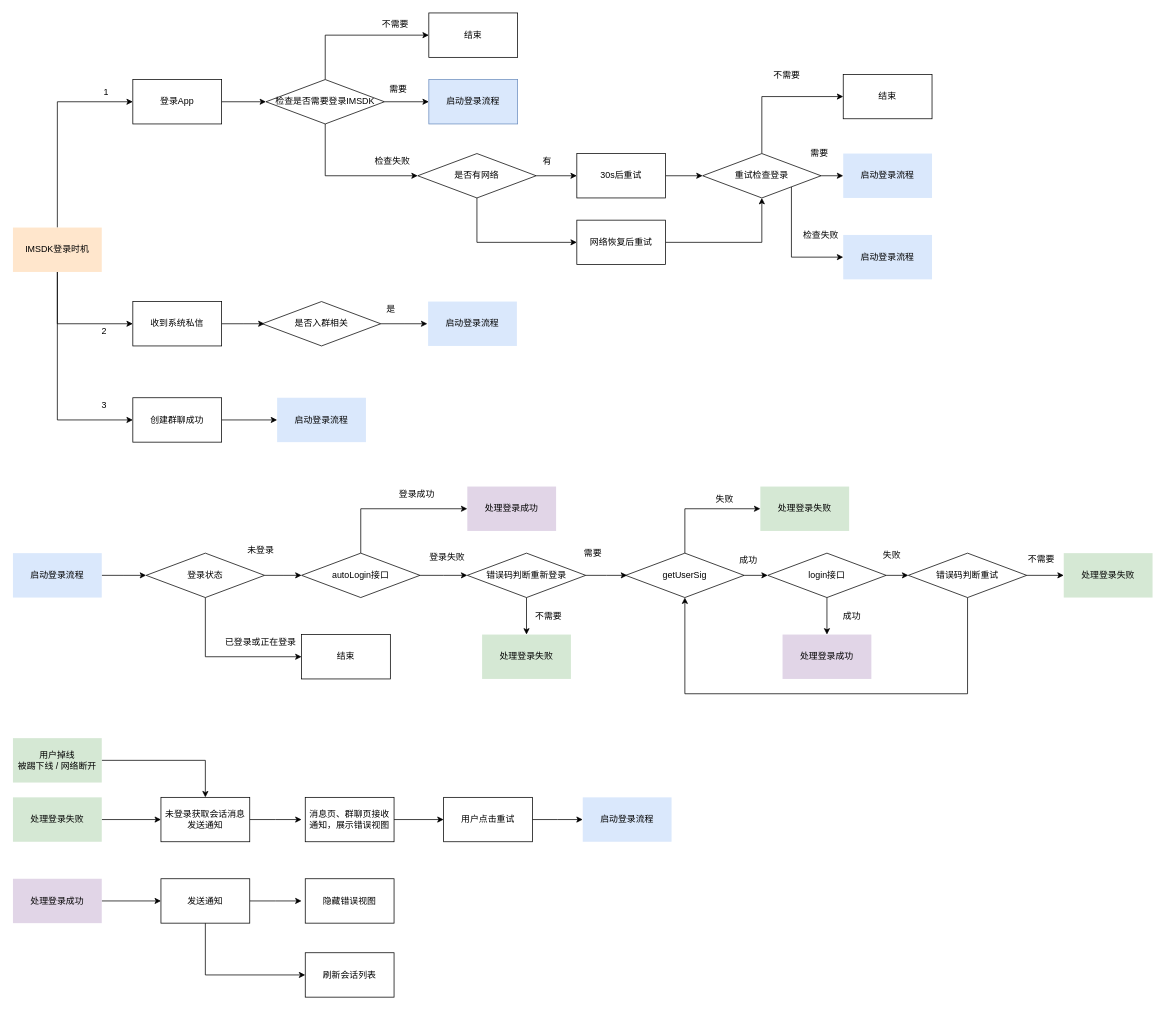
The draw.io diagram imsdk.drawio in BigFaceXML/BigFaceXML.github.io, before the edit. Source tidied: cells renumbered, new cells numbered last; positions are measured from the earlier drawing's top-left corner, leaving out a move shared by most shapes. Both pictures are drawn from the tidied source at 74%, with x=0, y=0 at pixel (13, 13).
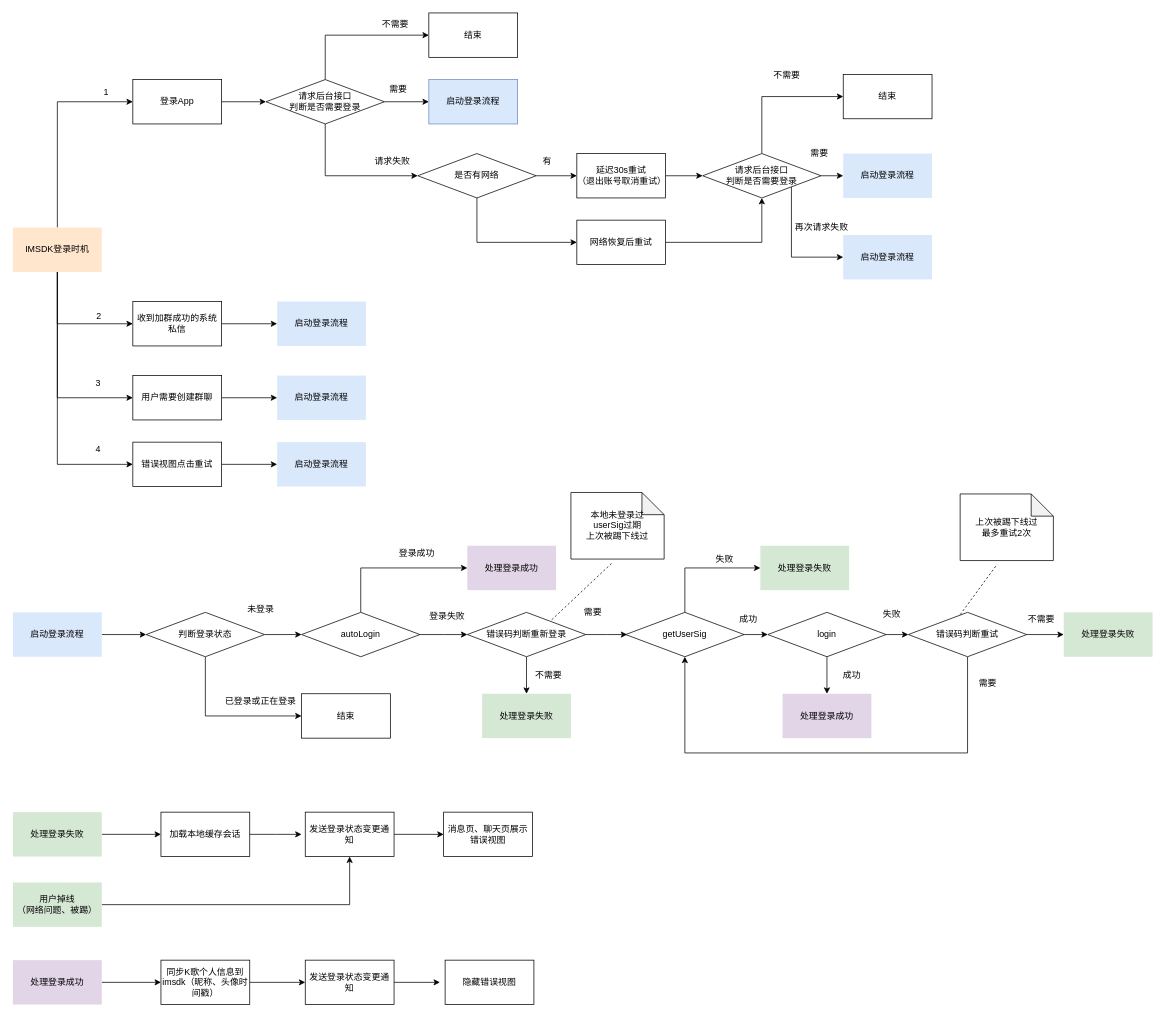
After the change.

The change refers to these unchanged cells:
```xml
<mxCell id="86" value="IMSDK登录时机" style="rounded=0;whiteSpace=wrap;html=1;strokeColor=none;fillColor=#ffe6cc;" parent="1" vertex="1">
  <mxGeometry y="290" width="120" height="60" as="geometry" />
</mxCell>
```

What changed in the source:
```diff
@@
-    <mxCell id="7" value="检查是否需要登录IMSDK" style="rhombus;whiteSpace=wrap;html=1;" parent="1" vertex="1">
+    <mxCell id="7" value="请求后台接口&lt;br&gt;判断是否需要登录" style="rhombus;whiteSpace=wrap;html=1;" parent="1" vertex="1">
       <mxGeometry x="342" y="90" width="160" height="60" as="geometry" />
     </mxCell>
@@
-    <mxCell id="9" value="检查失败" style="text;html=1;align=left;verticalAlign=top;spacingTop=-4;" parent="1" vertex="1">
+    <mxCell id="9" value="请求失败" style="text;html=1;align=left;verticalAlign=top;spacingTop=-4;" parent="1" vertex="1">
       <mxGeometry x="487" y="190" width="60" height="20" as="geometry" />
     </mxCell>
@@
-    <mxCell id="17" value="30s后重试" style="rounded=0;whiteSpace=wrap;html=1;" parent="1" vertex="1">
+    <mxCell id="17" value="延迟30s重试&lt;br&gt;（退出账号取消重试）" style="rounded=0;whiteSpace=wrap;html=1;" parent="1" vertex="1">
       <mxGeometry x="762" y="190" width="120" height="60" as="geometry" />
     </mxCell>
@@
-    <mxCell id="24" value="重试检查登录" style="rhombus;whiteSpace=wrap;html=1;" parent="1" vertex="1">
+    <mxCell id="24" value="请求后台接口&lt;br&gt;判断是否需要登录" style="rhombus;whiteSpace=wrap;html=1;" parent="1" vertex="1">
       <mxGeometry x="932" y="190" width="160" height="60" as="geometry" />
     </mxCell>
@@
-    <mxCell id="30" value="检查失败" style="text;html=1;align=left;verticalAlign=top;spacingTop=-4;" parent="1" vertex="1">
-      <mxGeometry x="1066" y="290" width="60" height="20" as="geometry" />
+    <mxCell id="30" value="再次请求失败" style="text;html=1;align=left;verticalAlign=top;spacingTop=-4;" parent="1" vertex="1">
+      <mxGeometry x="1055" y="280" width="90" height="20" as="geometry" />
     </mxCell>
     <mxCell id="31" style="edgeStyle=orthogonalEdgeStyle;rounded=0;jettySize=auto;html=1;exitX=1;exitY=0.5;exitDx=0;exitDy=0;entryX=0;entryY=0.5;entryDx=0;entryDy=0;" parent="1" edge="1" source="32">
       <mxGeometry relative="1" as="geometry">
-        <mxPoint x="180" y="760" as="targetPoint" />
+        <mxPoint x="180" y="840" as="targetPoint" />
       </mxGeometry>
     </mxCell>
     <mxCell id="32" value="启动登录流程" style="rounded=0;whiteSpace=wrap;html=1;strokeColor=none;fillColor=#dae8fc;" parent="1" vertex="1">
-      <mxGeometry y="730" width="120" height="60" as="geometry" />
+      <mxGeometry y="810" width="120" height="60" as="geometry" />
     </mxCell>
@@
     <mxCell id="34" style="edgeStyle=orthogonalEdgeStyle;rounded=0;jettySize=auto;html=1;exitX=1;exitY=0.5;exitDx=0;exitDy=0;entryX=0;entryY=0.5;entryDx=0;entryDy=0;" parent="1" edge="1" source="35">
       <mxGeometry relative="1" as="geometry">
-        <mxPoint x="390" y="760" as="targetPoint" />
+        <mxPoint x="390" y="840" as="targetPoint" />
       </mxGeometry>
     </mxCell>
-    <mxCell id="35" value="登录状态" style="rhombus;whiteSpace=wrap;html=1;" parent="1" vertex="1">
-      <mxGeometry x="180" y="730" width="160" height="60" as="geometry" />
+    <mxCell id="35" value="判断登录状态" style="rhombus;whiteSpace=wrap;html=1;" parent="1" vertex="1">
+      <mxGeometry x="180" y="810" width="160" height="60" as="geometry" />
     </mxCell>
     <mxCell id="36" value="结束" style="rounded=0;whiteSpace=wrap;html=1;" parent="1" vertex="1">
-      <mxGeometry x="390" y="840" width="120" height="60" as="geometry" />
+      <mxGeometry x="390" y="920" width="120" height="60" as="geometry" />
     </mxCell>
@@
     <mxCell id="38" style="edgeStyle=orthogonalEdgeStyle;rounded=0;jettySize=auto;html=1;exitX=1;exitY=0.5;exitDx=0;exitDy=0;entryX=0;entryY=0.5;entryDx=0;entryDy=0;" parent="1" edge="1" source="39">
       <mxGeometry relative="1" as="geometry">
-        <mxPoint x="614" y="760" as="targetPoint" />
+        <mxPoint x="614" y="840" as="targetPoint" />
       </mxGeometry>
     </mxCell>
-    <mxCell id="39" value="autoLogin接口" style="rhombus;whiteSpace=wrap;html=1;" parent="1" vertex="1">
-      <mxGeometry x="390" y="730" width="160" height="60" as="geometry" />
+    <mxCell id="39" value="autoLogin" style="rhombus;whiteSpace=wrap;html=1;" parent="1" vertex="1">
+      <mxGeometry x="390" y="810" width="160" height="60" as="geometry" />
     </mxCell>
     <mxCell id="40" value="已登录或正在登录" style="text;html=1;align=left;verticalAlign=top;spacingTop=-4;" parent="1" vertex="1">
-      <mxGeometry x="285" y="840" width="110" height="20" as="geometry" />
+      <mxGeometry x="285" y="920" width="110" height="20" as="geometry" />
     </mxCell>
     <mxCell id="41" value="未登录" style="text;html=1;align=left;verticalAlign=top;spacingTop=-4;" parent="1" vertex="1">
-      <mxGeometry x="315" y="716" width="50" height="20" as="geometry" />
+      <mxGeometry x="315" y="796" width="50" height="20" as="geometry" />
     </mxCell>
     <mxCell id="42" value="处理登录成功" style="rounded=0;whiteSpace=wrap;html=1;strokeColor=none;fillColor=#e1d5e7;" parent="1" vertex="1">
-      <mxGeometry x="614" y="640" width="120" height="60" as="geometry" />
+      <mxGeometry x="614" y="720" width="120" height="60" as="geometry" />
     </mxCell>
     <mxCell id="43" value="登录成功" style="text;html=1;align=left;verticalAlign=top;spacingTop=-4;" parent="1" vertex="1">
-      <mxGeometry x="520" y="640" width="60" height="20" as="geometry" />
+      <mxGeometry x="520" y="720" width="60" height="20" as="geometry" />
     </mxCell>
     <mxCell id="44" style="edgeStyle=orthogonalEdgeStyle;rounded=0;jettySize=auto;html=1;exitX=1;exitY=0.5;exitDx=0;exitDy=0;" parent="1" edge="1" source="46">
       <mxGeometry relative="1" as="geometry">
-        <mxPoint x="830" y="760" as="targetPoint" />
+        <mxPoint x="830" y="840" as="targetPoint" />
       </mxGeometry>
     </mxCell>
@@
     <mxCell id="46" value="错误码判断重新登录" style="rhombus;whiteSpace=wrap;html=1;" parent="1" vertex="1">
-      <mxGeometry x="614" y="730" width="160" height="60" as="geometry" />
+      <mxGeometry x="614" y="810" width="160" height="60" as="geometry" />
     </mxCell>
     <mxCell id="47" value="登录失败" style="text;html=1;align=left;verticalAlign=top;spacingTop=-4;" parent="1" vertex="1">
-      <mxGeometry x="561" y="726" width="60" height="20" as="geometry" />
+      <mxGeometry x="561" y="806" width="60" height="20" as="geometry" />
     </mxCell>
     <mxCell id="48" value="处理登录失败" style="rounded=0;whiteSpace=wrap;html=1;fillColor=#d5e8d4;strokeColor=none;" parent="1" vertex="1">
-      <mxGeometry x="634" y="840" width="120" height="60" as="geometry" />
+      <mxGeometry x="634" y="920" width="120" height="60" as="geometry" />
     </mxCell>
     <mxCell id="49" value="需要" style="text;html=1;align=left;verticalAlign=top;spacingTop=-4;" parent="1" vertex="1">
-      <mxGeometry x="770" y="720" width="40" height="20" as="geometry" />
+      <mxGeometry x="770" y="800" width="40" height="20" as="geometry" />
     </mxCell>
     <mxCell id="50" value="不需要" style="text;html=1;align=left;verticalAlign=top;spacingTop=-4;" parent="1" vertex="1">
-      <mxGeometry x="704" y="805" width="50" height="20" as="geometry" />
+      <mxGeometry x="704" y="885" width="50" height="20" as="geometry" />
     </mxCell>
     <mxCell id="51" value="处理登录失败" style="rounded=0;whiteSpace=wrap;html=1;fillColor=#d5e8d4;strokeColor=none;" parent="1" vertex="1">
-      <mxGeometry x="1010" y="640" width="120" height="60" as="geometry" />
+      <mxGeometry x="1010" y="720" width="120" height="60" as="geometry" />
     </mxCell>
     <mxCell id="52" value="失败" style="text;html=1;align=left;verticalAlign=top;spacingTop=-4;" parent="1" vertex="1">
-      <mxGeometry x="948" y="648" width="40" height="20" as="geometry" />
+      <mxGeometry x="948" y="728" width="40" height="20" as="geometry" />
     </mxCell>
     <mxCell id="53" value="成功" style="text;html=1;align=left;verticalAlign=top;spacingTop=-4;" parent="1" vertex="1">
-      <mxGeometry x="980" y="730" width="40" height="20" as="geometry" />
+      <mxGeometry x="980" y="810" width="40" height="20" as="geometry" />
     </mxCell>
@@
     <mxCell id="56" value="getUserSig" style="rhombus;whiteSpace=wrap;html=1;" parent="1" vertex="1">
-      <mxGeometry x="828" y="730" width="160" height="60" as="geometry" />
+      <mxGeometry x="828" y="810" width="160" height="60" as="geometry" />
     </mxCell>
@@
-    <mxCell id="59" value="login接口" style="rhombus;whiteSpace=wrap;html=1;" parent="1" vertex="1">
-      <mxGeometry x="1020" y="730" width="160" height="60" as="geometry" />
+    <mxCell id="59" value="login" style="rhombus;whiteSpace=wrap;html=1;" parent="1" vertex="1">
+      <mxGeometry x="1020" y="810" width="160" height="60" as="geometry" />
     </mxCell>
     <mxCell id="60" value="处理登录成功" style="rounded=0;whiteSpace=wrap;html=1;fillColor=#e1d5e7;strokeColor=none;" parent="1" vertex="1">
-      <mxGeometry x="1040" y="840" width="120" height="60" as="geometry" />
+      <mxGeometry x="1040" y="920" width="120" height="60" as="geometry" />
     </mxCell>
     <mxCell id="61" value="成功" style="text;html=1;align=left;verticalAlign=top;spacingTop=-4;" parent="1" vertex="1">
-      <mxGeometry x="1120" y="805" width="40" height="20" as="geometry" />
+      <mxGeometry x="1120" y="885" width="40" height="20" as="geometry" />
     </mxCell>
@@
     <mxCell id="63" style="edgeStyle=orthogonalEdgeStyle;rounded=0;jettySize=auto;html=1;exitX=0.5;exitY=1;exitDx=0;exitDy=0;entryX=0.5;entryY=1;entryDx=0;entryDy=0;" parent="1" edge="1" source="64" target="56">
       <mxGeometry relative="1" as="geometry">
         <Array as="points">
-          <mxPoint x="1290" y="920" />
-          <mxPoint x="908" y="920" />
+          <mxPoint x="1290" y="1000" />
+          <mxPoint x="908" y="1000" />
         </Array>
       </mxGeometry>
     </mxCell>
     <mxCell id="64" value="错误码判断重试" style="rhombus;whiteSpace=wrap;html=1;" parent="1" vertex="1">
-      <mxGeometry x="1210" y="730" width="160" height="60" as="geometry" />
+      <mxGeometry x="1210" y="810" width="160" height="60" as="geometry" />
     </mxCell>
     <mxCell id="65" value="失败" style="text;html=1;align=left;verticalAlign=top;spacingTop=-4;" parent="1" vertex="1">
-      <mxGeometry x="1174" y="723" width="40" height="20" as="geometry" />
+      <mxGeometry x="1174" y="803" width="40" height="20" as="geometry" />
     </mxCell>
     <mxCell id="66" value="处理登录失败" style="rounded=0;whiteSpace=wrap;html=1;fillColor=#d5e8d4;strokeColor=none;" parent="1" vertex="1">
-      <mxGeometry x="1420" y="730" width="120" height="60" as="geometry" />
+      <mxGeometry x="1420" y="810" width="120" height="60" as="geometry" />
     </mxCell>
     <mxCell id="67" value="不需要" style="text;html=1;align=left;verticalAlign=top;spacingTop=-4;" parent="1" vertex="1">
-      <mxGeometry x="1370" y="729" width="50" height="20" as="geometry" />
+      <mxGeometry x="1370" y="809" width="50" height="20" as="geometry" />
     </mxCell>
@@
     <mxCell id="69" value="处理登录失败" style="rounded=0;whiteSpace=wrap;html=1;fillColor=#d5e8d4;strokeColor=none;" parent="1" vertex="1">
-      <mxGeometry y="1060" width="120" height="60" as="geometry" />
+      <mxGeometry y="1080" width="120" height="60" as="geometry" />
     </mxCell>
     <mxCell id="70" style="edgeStyle=orthogonalEdgeStyle;rounded=0;jettySize=auto;html=1;exitX=1;exitY=0.5;exitDx=0;exitDy=0;" parent="1" edge="1" source="71">
       <mxGeometry relative="1" as="geometry">
-        <mxPoint x="390" y="1090" as="targetPoint" />
+        <mxPoint x="390" y="1110" as="targetPoint" />
       </mxGeometry>
     </mxCell>
-    <mxCell id="71" value="未登录获取会话消息&lt;br&gt;发送通知" style="rounded=0;whiteSpace=wrap;html=1;" parent="1" vertex="1">
-      <mxGeometry x="200" y="1060" width="120" height="60" as="geometry" />
+    <mxCell id="71" value="加载本地缓存会话" style="rounded=0;whiteSpace=wrap;html=1;" parent="1" vertex="1">
+      <mxGeometry x="200" y="1080" width="120" height="60" as="geometry" />
     </mxCell>
@@
-    <mxCell id="73" value="消息页、群聊页接收通知，展示错误视图" style="rounded=0;whiteSpace=wrap;html=1;" parent="1" vertex="1">
-      <mxGeometry x="395" y="1060" width="120" height="60" as="geometry" />
+    <mxCell id="73" value="发送登录状态变更通知" style="rounded=0;whiteSpace=wrap;html=1;" parent="1" vertex="1">
+      <mxGeometry x="395" y="1080" width="120" height="60" as="geometry" />
     </mxCell>
-    <mxCell id="74" style="edgeStyle=orthogonalEdgeStyle;rounded=0;jettySize=auto;html=1;exitX=1;exitY=0.5;exitDx=0;exitDy=0;" parent="1" edge="1" source="75">
-      <mxGeometry relative="1" as="geometry">
-        <mxPoint x="770" y="1090" as="targetPoint" />
-      </mxGeometry>
-    </mxCell>
-    <mxCell id="75" value="用户点击重试" style="rounded=0;whiteSpace=wrap;html=1;" parent="1" vertex="1">
-      <mxGeometry x="582" y="1060" width="120" height="60" as="geometry" />
+    <mxCell id="75" value="消息页、聊天页展示错误视图" style="rounded=0;whiteSpace=wrap;html=1;" parent="1" vertex="1">
+      <mxGeometry x="582" y="1080" width="120" height="60" as="geometry" />
     </mxCell>
-    <mxCell id="76" value="启动登录流程" style="rounded=0;whiteSpace=wrap;html=1;strokeColor=none;fillColor=#dae8fc;" parent="1" vertex="1">
-      <mxGeometry x="770" y="1060" width="120" height="60" as="geometry" />
-    </mxCell>
-    <mxCell id="77" style="edgeStyle=orthogonalEdgeStyle;rounded=0;jettySize=auto;html=1;exitX=1;exitY=0.5;exitDx=0;exitDy=0;entryX=0;entryY=0.5;entryDx=0;entryDy=0;" parent="1" edge="1" source="78" target="81">
-      <mxGeometry relative="1" as="geometry" />
-    </mxCell>
+    <mxCell id="102" style="edgeStyle=orthogonalEdgeStyle;rounded=0;jettySize=auto;html=1;exitX=1;exitY=0.5;exitDx=0;exitDy=0;entryX=0;entryY=0.5;entryDx=0;entryDy=0;" parent="1" edge="1" source="78" target="101">
+      <mxGeometry relative="1" as="geometry" />
+    </mxCell>
     <mxCell id="78" value="处理登录成功" style="rounded=0;whiteSpace=wrap;html=1;fillColor=#e1d5e7;strokeColor=none;" parent="1" vertex="1">
-      <mxGeometry y="1170" width="120" height="60" as="geometry" />
+      <mxGeometry y="1280" width="120" height="60" as="geometry" />
     </mxCell>
     <mxCell id="79" style="edgeStyle=orthogonalEdgeStyle;rounded=0;jettySize=auto;html=1;exitX=1;exitY=0.5;exitDx=0;exitDy=0;" parent="1" edge="1" source="81">
       <mxGeometry relative="1" as="geometry">
-        <mxPoint x="390" y="1200" as="targetPoint" />
+        <mxPoint x="577" y="1310" as="targetPoint" />
       </mxGeometry>
     </mxCell>
-    <mxCell id="80" style="edgeStyle=orthogonalEdgeStyle;rounded=0;jettySize=auto;html=1;exitX=0.5;exitY=1;exitDx=0;exitDy=0;entryX=0;entryY=0.5;entryDx=0;entryDy=0;" parent="1" edge="1" source="81" target="101">
-      <mxGeometry relative="1" as="geometry" />
-    </mxCell>
-    <mxCell id="81" value="发送通知" style="rounded=0;whiteSpace=wrap;html=1;" parent="1" vertex="1">
-      <mxGeometry x="200" y="1170" width="120" height="60" as="geometry" />
+    <mxCell id="81" value="发送登录状态变更通知" style="rounded=0;whiteSpace=wrap;html=1;" parent="1" vertex="1">
+      <mxGeometry x="395" y="1280" width="120" height="60" as="geometry" />
     </mxCell>
     <mxCell id="82" value="隐藏错误视图" style="rounded=0;whiteSpace=wrap;html=1;" parent="1" vertex="1">
-      <mxGeometry x="395" y="1170" width="120" height="60" as="geometry" />
+      <mxGeometry x="584" y="1280" width="120" height="60" as="geometry" />
     </mxCell>
@@
+    <mxCell id="103" style="edgeStyle=orthogonalEdgeStyle;rounded=0;jettySize=auto;html=1;exitX=0.5;exitY=1;exitDx=0;exitDy=0;entryX=0;entryY=0.5;entryDx=0;entryDy=0;" parent="1" edge="1" source="86" target="108">
+      <mxGeometry relative="1" as="geometry" />
+    </mxCell>
@@
-    <mxCell id="88" style="edgeStyle=orthogonalEdgeStyle;rounded=0;jettySize=auto;html=1;exitX=1;exitY=0.5;exitDx=0;exitDy=0;" parent="1" edge="1" source="89">
-      <mxGeometry relative="1" as="geometry">
-        <mxPoint x="340" y="420" as="targetPoint" />
-      </mxGeometry>
+    <mxCell id="88" style="edgeStyle=orthogonalEdgeStyle;rounded=0;jettySize=auto;html=1;exitX=1;exitY=0.5;exitDx=0;exitDy=0;entryX=0;entryY=0.5;entryDx=0;entryDy=0;" parent="1" edge="1" source="89" target="93">
+      <mxGeometry relative="1" as="geometry" />
     </mxCell>
-    <mxCell id="89" value="收到系统私信" style="rounded=0;whiteSpace=wrap;html=1;" parent="1" vertex="1">
+    <mxCell id="89" value="收到加群成功的系统私信" style="rounded=0;whiteSpace=wrap;html=1;" parent="1" vertex="1">
       <mxGeometry x="162" y="390" width="120" height="60" as="geometry" />
     </mxCell>
     <mxCell id="90" value="2" style="text;html=1;align=left;verticalAlign=top;spacingTop=-4;" parent="1" vertex="1">
-      <mxGeometry x="118" y="420" width="20" height="20" as="geometry" />
+      <mxGeometry x="111" y="400" width="20" height="20" as="geometry" />
     </mxCell>
-    <mxCell id="91" style="edgeStyle=orthogonalEdgeStyle;rounded=0;jettySize=auto;html=1;exitX=1;exitY=0.5;exitDx=0;exitDy=0;" parent="1" edge="1" source="92">
-      <mxGeometry relative="1" as="geometry">
-        <mxPoint x="560" y="420" as="targetPoint" />
-      </mxGeometry>
-    </mxCell>
-    <mxCell id="92" value="是否入群相关" style="rhombus;whiteSpace=wrap;html=1;" parent="1" vertex="1">
-      <mxGeometry x="337" y="390" width="160" height="60" as="geometry" />
-    </mxCell>
     <mxCell id="93" value="启动登录流程" style="rounded=0;whiteSpace=wrap;html=1;strokeColor=none;fillColor=#dae8fc;" parent="1" vertex="1">
-      <mxGeometry x="561" y="390" width="120" height="60" as="geometry" />
+      <mxGeometry x="357" y="390" width="120" height="60" as="geometry" />
     </mxCell>
-    <mxCell id="94" value="是" style="text;html=1;align=left;verticalAlign=top;spacingTop=-4;" parent="1" vertex="1">
-      <mxGeometry x="503" y="390" width="30" height="20" as="geometry" />
-    </mxCell>
@@
-    <mxCell id="96" value="创建群聊成功" style="rounded=0;whiteSpace=wrap;html=1;" parent="1" vertex="1">
-      <mxGeometry x="162" y="520" width="120" height="60" as="geometry" />
+    <mxCell id="96" value="用户需要创建群聊" style="rounded=0;whiteSpace=wrap;html=1;" parent="1" vertex="1">
+      <mxGeometry x="162" y="490" width="120" height="60" as="geometry" />
     </mxCell>
     <mxCell id="97" value="3" style="text;html=1;align=left;verticalAlign=top;spacingTop=-4;" parent="1" vertex="1">
-      <mxGeometry x="118" y="520" width="20" height="20" as="geometry" />
+      <mxGeometry x="110" y="490" width="20" height="20" as="geometry" />
     </mxCell>
     <mxCell id="98" value="启动登录流程" style="rounded=0;whiteSpace=wrap;html=1;strokeColor=none;fillColor=#dae8fc;" parent="1" vertex="1">
-      <mxGeometry x="357" y="520" width="120" height="60" as="geometry" />
+      <mxGeometry x="357" y="490" width="120" height="60" as="geometry" />
     </mxCell>
-    <mxCell id="99" style="edgeStyle=orthogonalEdgeStyle;rounded=0;jettySize=auto;html=1;exitX=1;exitY=0.5;exitDx=0;exitDy=0;entryX=0.5;entryY=0;entryDx=0;entryDy=0;" parent="1" edge="1" source="100" target="71">
-      <mxGeometry relative="1" as="geometry" />
-    </mxCell>
+    <mxCell id="104" style="edgeStyle=orthogonalEdgeStyle;rounded=0;jettySize=auto;html=1;exitX=1;exitY=0.5;exitDx=0;exitDy=0;entryX=0.5;entryY=1;entryDx=0;entryDy=0;" parent="1" edge="1" source="100" target="73">
+      <mxGeometry relative="1" as="geometry" />
+    </mxCell>
-    <mxCell id="100" value="用户掉线&lt;br&gt;被踢下线 / 网络断开" style="rounded=0;whiteSpace=wrap;html=1;fillColor=#d5e8d4;strokeColor=none;" parent="1" vertex="1">
-      <mxGeometry y="980" width="120" height="60" as="geometry" />
+    <mxCell id="100" value="用户掉线&lt;br&gt;（网络问题、被踢）" style="rounded=0;whiteSpace=wrap;html=1;fillColor=#d5e8d4;strokeColor=none;" parent="1" vertex="1">
+      <mxGeometry y="1175" width="120" height="60" as="geometry" />
     </mxCell>
+    <mxCell id="105" style="edgeStyle=orthogonalEdgeStyle;rounded=0;jettySize=auto;html=1;exitX=1;exitY=0.5;exitDx=0;exitDy=0;entryX=0;entryY=0.5;entryDx=0;entryDy=0;" parent="1" edge="1" source="101" target="81">
+      <mxGeometry relative="1" as="geometry" />
+    </mxCell>
-    <mxCell id="101" value="刷新会话列表" style="rounded=0;whiteSpace=wrap;html=1;" parent="1" vertex="1">
-      <mxGeometry x="395" y="1270" width="120" height="60" as="geometry" />
+    <mxCell id="101" value="同步K歌个人信息到imsdk（昵称、头像时间戳）" style="rounded=0;whiteSpace=wrap;html=1;" parent="1" vertex="1">
+      <mxGeometry x="200" y="1280" width="120" height="60" as="geometry" />
     </mxCell>
+    <mxCell id="106" value="需要" style="text;html=1;align=center;verticalAlign=middle;" parent="1" vertex="1">
+      <mxGeometry x="1297" y="896" width="40" height="20" as="geometry" />
+    </mxCell>
+    <mxCell id="107" style="edgeStyle=orthogonalEdgeStyle;rounded=0;jettySize=auto;html=1;exitX=1;exitY=0.5;exitDx=0;exitDy=0;entryX=0;entryY=0.5;entryDx=0;entryDy=0;" parent="1" edge="1" source="108" target="76">
+      <mxGeometry relative="1" as="geometry" />
+    </mxCell>
+    <mxCell id="108" value="错误视图点击重试" style="rounded=0;whiteSpace=wrap;html=1;" parent="1" vertex="1">
+      <mxGeometry x="162" y="580" width="120" height="60" as="geometry" />
+    </mxCell>
+    <mxCell id="76" value="启动登录流程" style="rounded=0;whiteSpace=wrap;html=1;strokeColor=none;fillColor=#dae8fc;" parent="1" vertex="1">
+      <mxGeometry x="357" y="580" width="120" height="60" as="geometry" />
+    </mxCell>
+    <mxCell id="109" value="4" style="text;html=1;align=left;verticalAlign=top;spacingTop=-4;" parent="1" vertex="1">
+      <mxGeometry x="110" y="580" width="20" height="20" as="geometry" />
+    </mxCell>
+    <mxCell id="110" value="本地未登录过&lt;br&gt;userSig过期&lt;br&gt;上次被踢下线过" style="shape=note;whiteSpace=wrap;html=1;backgroundOutline=1;darkOpacity=0.05;" parent="1" vertex="1">
+      <mxGeometry x="754" y="648" width="126" height="90" as="geometry" />
+    </mxCell>
+    <mxCell id="111" style="endArrow=none;dashed=1;html=1;entryX=0.452;entryY=1.044;entryDx=0;entryDy=0;entryPerimeter=0;exitX=0.713;exitY=0.167;exitDx=0;exitDy=0;exitPerimeter=0;" parent="1" edge="1" source="46" target="110">
+      <mxGeometry relative="1" as="geometry" />
+    </mxCell>
+    <mxCell id="112" value="上次被踢下线过&lt;br&gt;最多重试2次" style="shape=note;whiteSpace=wrap;html=1;backgroundOutline=1;darkOpacity=0.05;" parent="1" vertex="1">
+      <mxGeometry x="1280" y="650" width="126" height="90" as="geometry" />
+    </mxCell>
+    <mxCell id="113" style="endArrow=none;dashed=1;html=1;entryX=0.397;entryY=1.056;entryDx=0;entryDy=0;entryPerimeter=0;exitX=0.713;exitY=0.167;exitDx=0;exitDy=0;exitPerimeter=0;" parent="1" edge="1" target="112">
+      <mxGeometry relative="1" as="geometry">
+        <mxPoint x="1280.1" y="813" as="sourcePoint" />
+      </mxGeometry>
+    </mxCell>
```
